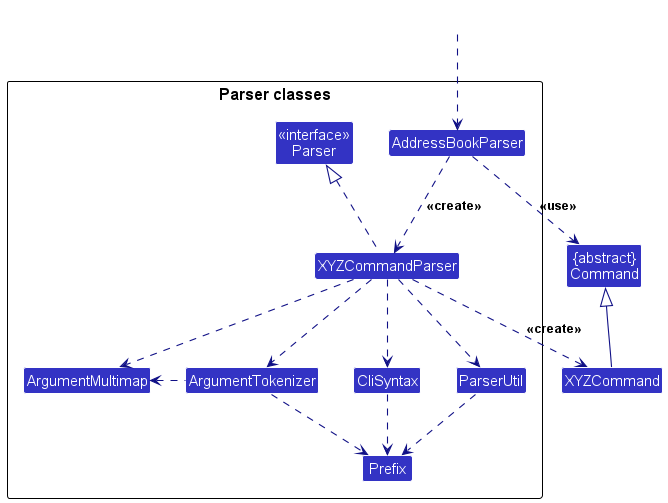
Above: docs/images/ParserClasses.png in nus-cs2103-AY2324S2/tp (PlantUML), before the change.
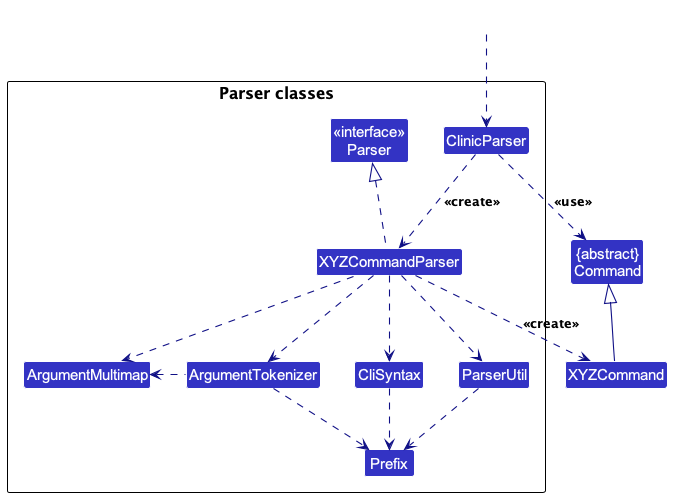
The same file after the commit.

Change to the diagram source:
```diff
@@ -9,7 +9,7 @@
 
 package "Parser classes"{
 Class "<<interface>>\nParser" as Parser
-Class AddressBookParser
+Class ClinicParser
 Class XYZCommandParser
 Class CliSyntax
 Class ParserUtil
@@ -19,12 +19,12 @@
 }
 
 Class HiddenOutside #FFFFFF
-HiddenOutside ..> AddressBookParser
+HiddenOutside ..> ClinicParser
 
-AddressBookParser .down.> XYZCommandParser: <<create>>
+ClinicParser .down.> XYZCommandParser: <<create>>
 
 XYZCommandParser ..> XYZCommand : <<create>>
-AddressBookParser ..> Command : <<use>>
+ClinicParser ..> Command : <<use>>
 XYZCommandParser .up.|> Parser
 XYZCommandParser ..> ArgumentMultimap
 XYZCommandParser ..> ArgumentTokenizer
```
